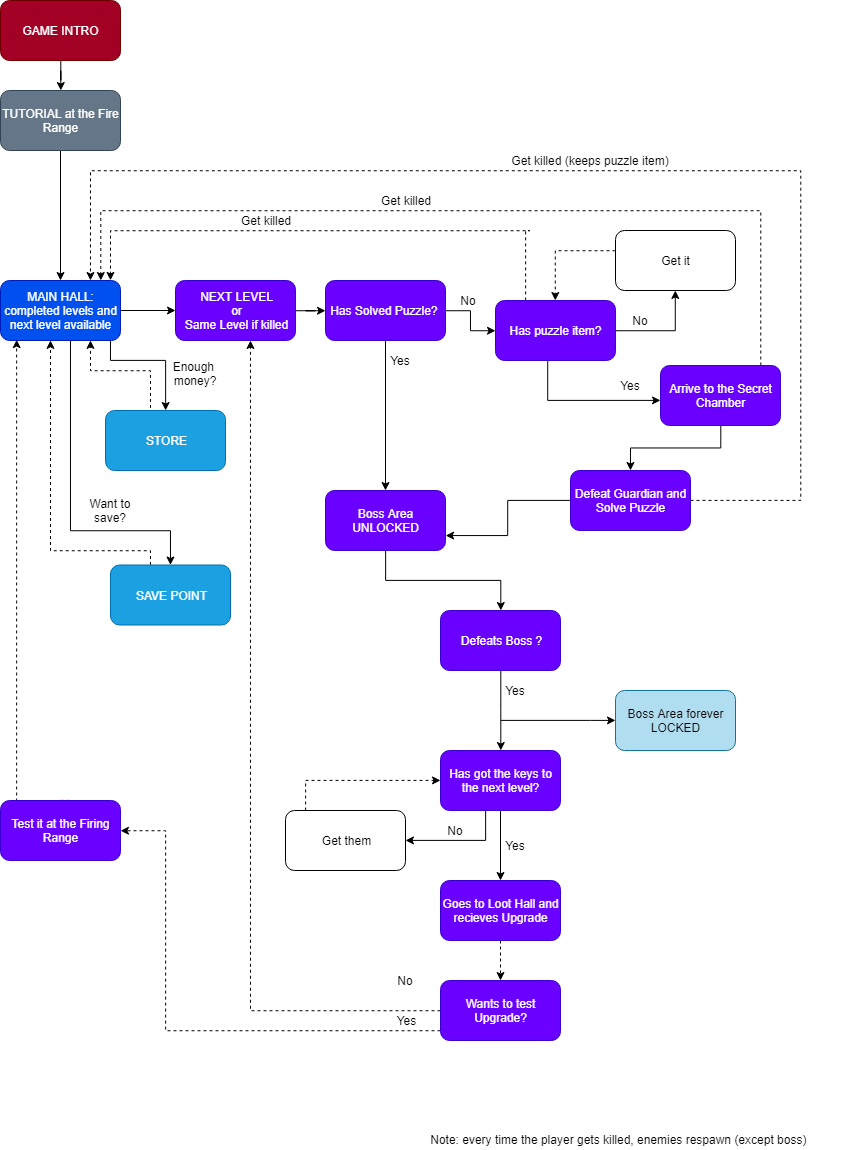
Above: docs/wiki/GameDesingDocument/levels/Core_Loop.png in pink-king/Final-Fantasy-Dawn-of-Ivalice (draw.io), before the change. Source tidied: cells renumbered, new cells last; positions are measured from the earlier drawing's top-left corner, leaving out a move shared by most shapes.
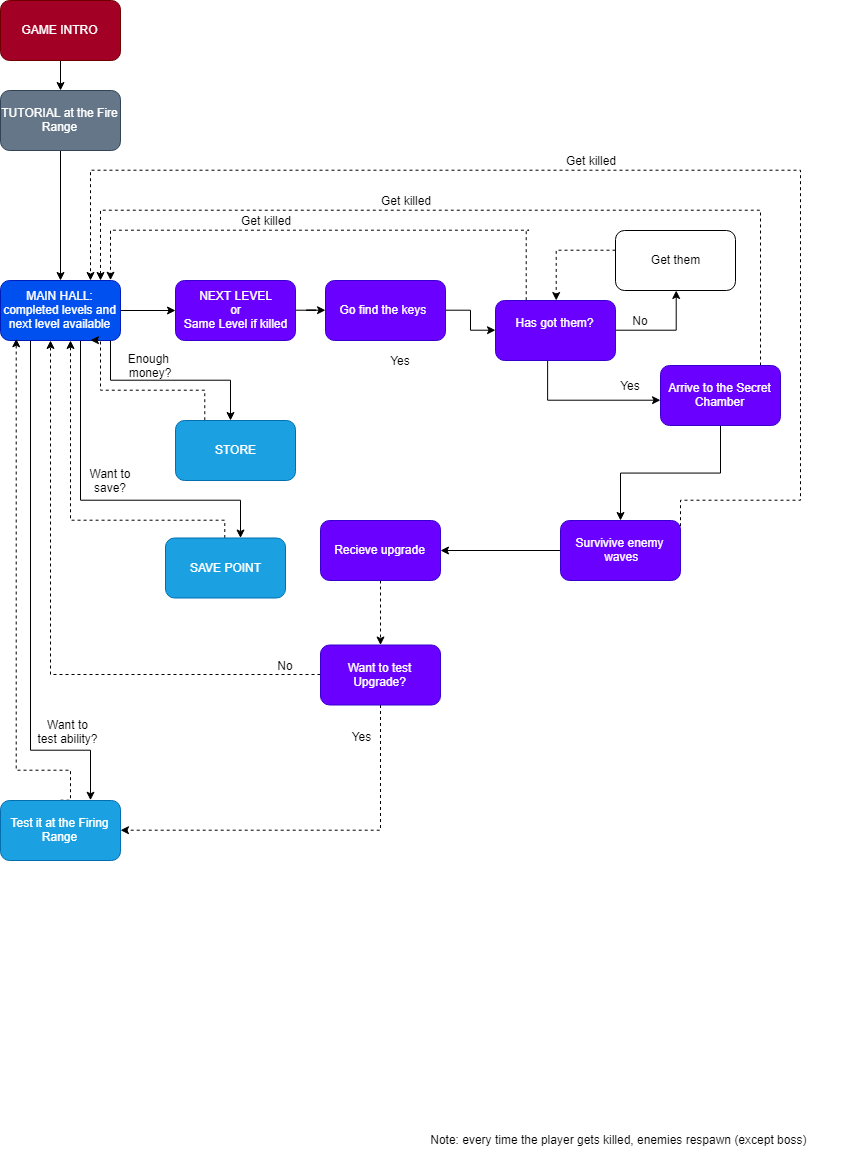
The same diagram one commit later.

Commit message:
Downgraded core loop

Diff of the diagram source:
```diff
@@ -21,44 +21,52 @@
       <mxGeometry relative="1" as="geometry">
         <mxPoint x="110" y="340" as="sourcePoint" />
         <Array as="points">
-          <mxPoint x="110" y="360" />
-          <mxPoint x="165" y="360" />
+          <mxPoint x="110" y="380" />
+          <mxPoint x="230" y="380" />
         </Array>
       </mxGeometry>
     </mxCell>
     <mxCell id="8" style="edgeStyle=orthogonalEdgeStyle;rounded=0;jettySize=auto;html=1;" parent="1" edge="1" source="9" target="11">
       <mxGeometry relative="1" as="geometry">
         <Array as="points">
-          <mxPoint x="70" y="530" />
-          <mxPoint x="170" y="530" />
+          <mxPoint x="80" y="500" />
+          <mxPoint x="240" y="500" />
         </Array>
       </mxGeometry>
     </mxCell>
+    <mxCell id="64" style="edgeStyle=orthogonalEdgeStyle;rounded=0;jettySize=auto;html=1;entryX=0.75;entryY=0;entryDx=0;entryDy=0;" parent="1" edge="1" source="9" target="34">
+      <mxGeometry relative="1" as="geometry">
+        <Array as="points">
+          <mxPoint x="30" y="750" />
+          <mxPoint x="90" y="750" />
+        </Array>
+      </mxGeometry>
+    </mxCell>
     <mxCell id="9" value="MAIN HALL: completed levels and next level available" style="rounded=1;whiteSpace=wrap;html=1;fillColor=#0050ef;strokeColor=#001DBC;fontColor=#ffffff;" parent="1" vertex="1">
       <mxGeometry y="280" width="120" height="60" as="geometry" />
     </mxCell>
-    <mxCell id="10" style="edgeStyle=orthogonalEdgeStyle;rounded=0;jettySize=auto;html=1;entryX=0.417;entryY=1;entryDx=0;entryDy=0;entryPerimeter=0;dashed=1;" parent="1" edge="1" source="11" target="9">
+    <mxCell id="10" style="edgeStyle=orthogonalEdgeStyle;rounded=0;jettySize=auto;html=1;dashed=1;" parent="1" edge="1" source="11" target="9">
       <mxGeometry relative="1" as="geometry">
         <Array as="points">
-          <mxPoint x="150" y="550" />
-          <mxPoint x="50" y="550" />
+          <mxPoint x="225" y="520" />
+          <mxPoint x="70" y="520" />
         </Array>
       </mxGeometry>
     </mxCell>
     <mxCell id="11" value="SAVE POINT" style="rounded=1;whiteSpace=wrap;html=1;fillColor=#1ba1e2;strokeColor=#006EAF;fontColor=#ffffff;" parent="1" vertex="1">
-      <mxGeometry x="110" y="564.5" width="120" height="60" as="geometry" />
+      <mxGeometry x="165" y="537.5" width="120" height="60" as="geometry" />
     </mxCell>
     <mxCell id="12" style="edgeStyle=orthogonalEdgeStyle;rounded=0;jettySize=auto;html=1;exitX=0.25;exitY=0;exitDx=0;exitDy=0;dashed=1;strokeColor=#000000;entryX=0.75;entryY=1;entryDx=0;entryDy=0;" parent="1" edge="1" source="13" target="9">
       <mxGeometry relative="1" as="geometry">
         <Array as="points">
-          <mxPoint x="150" y="410" />
-          <mxPoint x="150" y="370" />
-          <mxPoint x="90" y="370" />
+          <mxPoint x="205" y="390" />
+          <mxPoint x="100" y="390" />
+          <mxPoint x="100" y="340" />
         </Array>
       </mxGeometry>
     </mxCell>
     <mxCell id="13" value="STORE" style="rounded=1;whiteSpace=wrap;html=1;fillColor=#1ba1e2;strokeColor=#006EAF;fontColor=#ffffff;" parent="1" vertex="1">
-      <mxGeometry x="105" y="410" width="120" height="60" as="geometry" />
+      <mxGeometry x="175" y="420" width="120" height="60" as="geometry" />
     </mxCell>
     <mxCell id="14" style="edgeStyle=orthogonalEdgeStyle;rounded=0;jettySize=auto;html=1;strokeColor=#000000;" parent="1" edge="1" source="15" target="18">
       <mxGeometry relative="1" as="geometry" />
@@ -69,84 +77,62 @@
     <mxCell id="16" style="edgeStyle=orthogonalEdgeStyle;rounded=0;jettySize=auto;html=1;strokeColor=#000000;" parent="1" edge="1" source="18" target="38">
       <mxGeometry relative="1" as="geometry" />
     </mxCell>
-    <mxCell id="17" style="edgeStyle=orthogonalEdgeStyle;rounded=0;jettySize=auto;html=1;strokeColor=#000000;" parent="1" edge="1" source="18" target="20">
-      <mxGeometry relative="1" as="geometry" />
-    </mxCell>
-    <mxCell id="18" value="Has Solved Puzzle?&amp;nbsp;&lt;br&gt;" style="rounded=1;whiteSpace=wrap;html=1;fillColor=#6a00ff;strokeColor=#3700CC;fontColor=#ffffff;" parent="1" vertex="1">
+    <mxCell id="18" value="Go find the keys&amp;nbsp;&lt;br&gt;" style="rounded=1;whiteSpace=wrap;html=1;fillColor=#6a00ff;strokeColor=#3700CC;fontColor=#ffffff;" parent="1" vertex="1">
       <mxGeometry x="325" y="280" width="120" height="60" as="geometry" />
     </mxCell>
-    <mxCell id="19" style="edgeStyle=orthogonalEdgeStyle;rounded=0;jettySize=auto;html=1;strokeColor=#000000;" parent="1" edge="1" source="20" target="22">
-      <mxGeometry relative="1" as="geometry" />
-    </mxCell>
-    <mxCell id="20" value="Boss Area UNLOCKED&lt;br&gt;" style="rounded=1;whiteSpace=wrap;html=1;fillColor=#6a00ff;strokeColor=#3700CC;fontColor=#ffffff;" parent="1" vertex="1">
-      <mxGeometry x="325" y="490" width="120" height="60" as="geometry" />
-    </mxCell>
-    <mxCell id="21" style="edgeStyle=orthogonalEdgeStyle;rounded=0;jettySize=auto;html=1;strokeColor=#000000;" parent="1" edge="1" source="22" target="25">
+    <mxCell id="21" style="edgeStyle=orthogonalEdgeStyle;rounded=0;jettySize=auto;html=1;strokeColor=#000000;" parent="1" edge="1" target="x">
       <mxGeometry relative="1" as="geometry">
+        <mxPoint x="500" y="670" as="sourcePoint" />
         <Array as="points">
           <mxPoint x="500" y="710" />
           <mxPoint x="500" y="710" />
         </Array>
       </mxGeometry>
     </mxCell>
-    <mxCell id="22" value="Defeats Boss ?&lt;br&gt;" style="rounded=1;whiteSpace=wrap;html=1;fillColor=#6a00ff;strokeColor=#3700CC;fontColor=#ffffff;" parent="1" vertex="1">
-      <mxGeometry x="440" y="610" width="120" height="60" as="geometry" />
-    </mxCell>
-    <mxCell id="23" style="edgeStyle=orthogonalEdgeStyle;rounded=0;jettySize=auto;html=1;" parent="1" edge="1" source="25" target="29">
+    <mxCell id="23" style="edgeStyle=orthogonalEdgeStyle;rounded=0;jettySize=auto;html=1;" parent="1" edge="1" source="46" target="29">
       <mxGeometry relative="1" as="geometry" />
     </mxCell>
-    <mxCell id="24" style="edgeStyle=orthogonalEdgeStyle;rounded=0;jettySize=auto;html=1;" parent="1" edge="1" source="25" target="27">
+    <mxCell id="24" style="edgeStyle=orthogonalEdgeStyle;rounded=0;jettySize=auto;html=1;" parent="1" edge="1" target="x">
       <mxGeometry relative="1" as="geometry">
+        <mxPoint x="485" y="810" as="sourcePoint" />
         <Array as="points">
           <mxPoint x="485" y="840" />
         </Array>
       </mxGeometry>
     </mxCell>
-    <mxCell id="25" value="Has got the keys to the next level?&lt;br&gt;" style="rounded=1;whiteSpace=wrap;html=1;fillColor=#6a00ff;strokeColor=#3700CC;fontColor=#ffffff;" parent="1" vertex="1">
-      <mxGeometry x="440" y="750" width="120" height="60" as="geometry" />
-    </mxCell>
-    <mxCell id="26" style="edgeStyle=orthogonalEdgeStyle;rounded=0;jettySize=auto;html=1;dashed=1;" parent="1" edge="1" source="27" target="25">
-      <mxGeometry relative="1" as="geometry">
-        <Array as="points">
-          <mxPoint x="305" y="780" />
-        </Array>
-      </mxGeometry>
-    </mxCell>
-    <mxCell id="27" value="Get them&lt;br&gt;" style="rounded=1;whiteSpace=wrap;html=1;" parent="1" vertex="1">
-      <mxGeometry x="285" y="810" width="120" height="60" as="geometry" />
-    </mxCell>
     <mxCell id="28" style="edgeStyle=orthogonalEdgeStyle;rounded=0;jettySize=auto;html=1;dashed=1;" parent="1" edge="1" source="29" target="32">
       <mxGeometry relative="1" as="geometry" />
     </mxCell>
-    <mxCell id="29" value="Goes to Loot Hall and recieves Upgrade" style="rounded=1;whiteSpace=wrap;html=1;fillColor=#6a00ff;strokeColor=#3700CC;fontColor=#ffffff;" parent="1" vertex="1">
-      <mxGeometry x="440" y="880" width="120" height="60" as="geometry" />
+    <mxCell id="29" value="Recieve upgrade&lt;br&gt;" style="rounded=1;whiteSpace=wrap;html=1;fillColor=#6a00ff;strokeColor=#3700CC;fontColor=#ffffff;" parent="1" vertex="1">
+      <mxGeometry x="320" y="520" width="120" height="60" as="geometry" />
     </mxCell>
     <mxCell id="30" style="edgeStyle=orthogonalEdgeStyle;rounded=0;jettySize=auto;html=1;dashed=1;" parent="1" edge="1" source="32" target="34">
       <mxGeometry relative="1" as="geometry">
         <Array as="points">
-          <mxPoint x="165" y="1030" />
+          <mxPoint x="380" y="830" />
         </Array>
       </mxGeometry>
     </mxCell>
-    <mxCell id="31" style="edgeStyle=orthogonalEdgeStyle;rounded=0;jettySize=auto;html=1;dashed=1;" parent="1" edge="1" source="32" target="15">
+    <mxCell id="31" style="edgeStyle=orthogonalEdgeStyle;rounded=0;jettySize=auto;html=1;dashed=1;" parent="1" edge="1" source="32" target="9">
       <mxGeometry relative="1" as="geometry">
         <Array as="points">
-          <mxPoint x="250" y="1010" />
+          <mxPoint x="50" y="674" />
         </Array>
       </mxGeometry>
     </mxCell>
-    <mxCell id="32" value="Wants to test Upgrade?" style="rounded=1;whiteSpace=wrap;html=1;fillColor=#6a00ff;strokeColor=#3700CC;fontColor=#ffffff;" parent="1" vertex="1">
-      <mxGeometry x="440" y="980" width="120" height="60" as="geometry" />
+    <mxCell id="32" value="Want to test Upgrade?" style="rounded=1;whiteSpace=wrap;html=1;fillColor=#6a00ff;strokeColor=#3700CC;fontColor=#ffffff;" parent="1" vertex="1">
+      <mxGeometry x="320" y="644.5" width="120" height="60" as="geometry" />
     </mxCell>
     <mxCell id="33" style="edgeStyle=orthogonalEdgeStyle;rounded=0;jettySize=auto;html=1;entryX=0.135;entryY=0.983;entryDx=0;entryDy=0;entryPerimeter=0;dashed=1;exitX=0.5;exitY=0;exitDx=0;exitDy=0;" parent="1" edge="1" source="34" target="9">
       <mxGeometry relative="1" as="geometry">
         <Array as="points">
-          <mxPoint x="70" y="805" />
-          <mxPoint x="16" y="805" />
+          <mxPoint x="70" y="800" />
+          <mxPoint x="70" y="770" />
+          <mxPoint x="16" y="770" />
         </Array>
       </mxGeometry>
     </mxCell>
-    <mxCell id="34" value="Test it at the Firing Range" style="rounded=1;whiteSpace=wrap;html=1;fillColor=#6a00ff;strokeColor=#3700CC;fontColor=#ffffff;" parent="1" vertex="1">
+    <mxCell id="34" value="Test it at the Firing Range" style="rounded=1;whiteSpace=wrap;html=1;fillColor=#1ba1e2;strokeColor=#006EAF;fontColor=#ffffff;" parent="1" vertex="1">
       <mxGeometry y="800" width="120" height="60" as="geometry" />
     </mxCell>
     <mxCell id="35" style="edgeStyle=orthogonalEdgeStyle;rounded=0;jettySize=auto;html=1;exitX=0.25;exitY=0;exitDx=0;exitDy=0;dashed=1;strokeColor=#000000;" parent="1" edge="1" source="38">
@@ -172,7 +158,7 @@
         </Array>
       </mxGeometry>
     </mxCell>
-    <mxCell id="38" value="Has puzzle item?" style="rounded=1;whiteSpace=wrap;html=1;fillColor=#6a00ff;strokeColor=#3700CC;fontColor=#ffffff;" parent="1" vertex="1">
+    <mxCell id="38" value="Has got them?&lt;br&gt;&lt;br&gt;" style="rounded=1;whiteSpace=wrap;html=1;fillColor=#6a00ff;strokeColor=#3700CC;fontColor=#ffffff;" parent="1" vertex="1">
       <mxGeometry x="495" y="300" width="120" height="60" as="geometry" />
     </mxCell>
     <mxCell id="39" style="edgeStyle=orthogonalEdgeStyle;rounded=0;jettySize=auto;html=1;dashed=1;" parent="1" edge="1" source="40" target="38">
@@ -182,7 +168,7 @@
         </Array>
       </mxGeometry>
     </mxCell>
-    <mxCell id="40" value="Get it&lt;br&gt;" style="rounded=1;whiteSpace=wrap;html=1;fillColor=none;" parent="1" vertex="1">
+    <mxCell id="40" value="Get them&lt;br&gt;" style="rounded=1;whiteSpace=wrap;html=1;fillColor=none;" parent="1" vertex="1">
       <mxGeometry x="615" y="230" width="120" height="60" as="geometry" />
     </mxCell>
     <mxCell id="41" style="edgeStyle=orthogonalEdgeStyle;rounded=0;jettySize=auto;html=1;strokeColor=#000000;dashed=1;" parent="1" edge="1" source="43" target="9">
@@ -208,50 +194,35 @@
         </Array>
       </mxGeometry>
     </mxCell>
-    <mxCell id="45" style="edgeStyle=orthogonalEdgeStyle;rounded=0;jettySize=auto;html=1;entryX=1;entryY=0.75;entryDx=0;entryDy=0;" parent="1" edge="1" source="46" target="20">
-      <mxGeometry relative="1" as="geometry" />
-    </mxCell>
-    <mxCell id="46" value="Defeat Guardian and Solve Puzzle&lt;br&gt;" style="rounded=1;whiteSpace=wrap;html=1;fillColor=#6a00ff;strokeColor=#3700CC;fontColor=#ffffff;" parent="1" vertex="1">
-      <mxGeometry x="570" y="470" width="120" height="60" as="geometry" />
+    <mxCell id="46" value="Survivive enemy&lt;br&gt;&amp;nbsp;waves&lt;br&gt;" style="rounded=1;whiteSpace=wrap;html=1;fillColor=#6a00ff;strokeColor=#3700CC;fontColor=#ffffff;" parent="1" vertex="1">
+      <mxGeometry x="560" y="520" width="120" height="60" as="geometry" />
     </mxCell>
     <mxCell id="47" value="Get killed" style="text;html=1;strokeColor=none;fillColor=none;align=center;verticalAlign=middle;whiteSpace=wrap;rounded=0;" parent="1" vertex="1">
       <mxGeometry x="230" y="210" width="70" height="20" as="geometry" />
     </mxCell>
     <mxCell id="48" value="Enough&amp;nbsp; &amp;nbsp;money?&amp;nbsp;" style="text;html=1;strokeColor=none;fillColor=none;align=center;verticalAlign=middle;whiteSpace=wrap;rounded=0;" parent="1" vertex="1">
-      <mxGeometry x="180" y="335" width="30" height="75" as="geometry" />
+      <mxGeometry x="135" y="327.5" width="30" height="75" as="geometry" />
     </mxCell>
     <mxCell id="49" value="Get killed" style="text;html=1;strokeColor=none;fillColor=none;align=center;verticalAlign=middle;whiteSpace=wrap;rounded=0;" parent="1" vertex="1">
       <mxGeometry x="370" y="190" width="70" height="20" as="geometry" />
     </mxCell>
-    <mxCell id="50" value="Get killed (keeps puzzle item)" style="text;html=1;strokeColor=none;fillColor=none;align=center;verticalAlign=middle;whiteSpace=wrap;rounded=0;" parent="1" vertex="1">
+    <mxCell id="50" value="Get killed" style="text;html=1;strokeColor=none;fillColor=none;align=center;verticalAlign=middle;whiteSpace=wrap;rounded=0;" parent="1" vertex="1">
       <mxGeometry x="500" y="150" width="180" height="20" as="geometry" />
     </mxCell>
-    <mxCell id="51" value="No&lt;br&gt;" style="text;html=1;strokeColor=none;fillColor=none;align=center;verticalAlign=middle;whiteSpace=wrap;rounded=0;" parent="1" vertex="1">
-      <mxGeometry x="447.5" y="290" width="40" height="20" as="geometry" />
-    </mxCell>
     <mxCell id="52" value="Yes&lt;br&gt;" style="text;html=1;strokeColor=none;fillColor=none;align=center;verticalAlign=middle;whiteSpace=wrap;rounded=0;" parent="1" vertex="1">
       <mxGeometry x="380" y="350" width="40" height="20" as="geometry" />
     </mxCell>
-    <mxCell id="53" value="Yes&lt;br&gt;" style="text;html=1;strokeColor=none;fillColor=none;align=center;verticalAlign=middle;whiteSpace=wrap;rounded=0;" parent="1" vertex="1">
-      <mxGeometry x="495" y="680" width="40" height="20" as="geometry" />
-    </mxCell>
     <mxCell id="54" value="Note: every time the player gets killed, enemies respawn (except boss)&amp;nbsp;" style="text;html=1;strokeColor=none;fillColor=none;align=center;verticalAlign=middle;whiteSpace=wrap;rounded=0;" parent="1" vertex="1">
       <mxGeometry x="385" y="1129" width="470" height="20" as="geometry" />
     </mxCell>
-    <mxCell id="55" value="Yes&lt;br&gt;" style="text;html=1;strokeColor=none;fillColor=none;align=center;verticalAlign=middle;whiteSpace=wrap;rounded=0;" parent="1" vertex="1">
-      <mxGeometry x="495" y="835" width="40" height="20" as="geometry" />
-    </mxCell>
-    <mxCell id="56" value="No" style="text;html=1;strokeColor=none;fillColor=none;align=center;verticalAlign=middle;whiteSpace=wrap;rounded=0;" parent="1" vertex="1">
-      <mxGeometry x="435" y="820" width="40" height="20" as="geometry" />
-    </mxCell>
     <mxCell id="57" value="No" style="text;html=1;strokeColor=none;fillColor=none;align=center;verticalAlign=middle;whiteSpace=wrap;rounded=0;" parent="1" vertex="1">
-      <mxGeometry x="385" y="970" width="40" height="20" as="geometry" />
+      <mxGeometry x="265" y="654.5" width="40" height="20" as="geometry" />
     </mxCell>
     <mxCell id="58" value="Yes" style="text;html=1;strokeColor=none;fillColor=none;align=center;verticalAlign=middle;whiteSpace=wrap;rounded=0;direction=south;" parent="1" vertex="1">
-      <mxGeometry x="395" y="1000" width="20" height="40" as="geometry" />
+      <mxGeometry x="350" y="715.5" width="20" height="40" as="geometry" />
     </mxCell>
     <mxCell id="59" value="Want to save?" style="text;html=1;strokeColor=none;fillColor=none;align=center;verticalAlign=middle;whiteSpace=wrap;rounded=0;" parent="1" vertex="1">
-      <mxGeometry x="85" y="500" width="50" height="20" as="geometry" />
+      <mxGeometry x="85" y="470" width="50" height="20" as="geometry" />
     </mxCell>
     <mxCell id="60" value="Yes" style="text;html=1;strokeColor=none;fillColor=none;align=center;verticalAlign=middle;whiteSpace=wrap;rounded=0;" parent="1" vertex="1">
       <mxGeometry x="610" y="375" width="40" height="20" as="geometry" />
@@ -259,17 +230,8 @@
     <mxCell id="61" value="No" style="text;html=1;strokeColor=none;fillColor=none;align=center;verticalAlign=middle;whiteSpace=wrap;rounded=0;" parent="1" vertex="1">
       <mxGeometry x="620" y="310" width="40" height="20" as="geometry" />
     </mxCell>
-    <mxCell id="62" style="edgeStyle=orthogonalEdgeStyle;rounded=0;jettySize=auto;html=1;" parent="1" edge="1" target="63">
-      <mxGeometry relative="1" as="geometry">
-        <mxPoint x="500" y="720" as="sourcePoint" />
-        <Array as="points">
-          <mxPoint x="590" y="720" />
-          <mxPoint x="590" y="720" />
-        </Array>
-      </mxGeometry>
-    </mxCell>
-    <mxCell id="63" value="Boss Area forever LOCKED&lt;br&gt;" style="rounded=1;whiteSpace=wrap;html=1;fillColor=#b1ddf0;strokeColor=#10739e;" parent="1" vertex="1">
-      <mxGeometry x="615" y="690" width="120" height="60" as="geometry" />
-    </mxCell>
+    <mxCell id="65" value="Want to test ability?" style="text;html=1;strokeColor=none;fillColor=none;align=center;verticalAlign=middle;whiteSpace=wrap;rounded=0;" parent="1" vertex="1">
+      <mxGeometry x="35" y="721" width="65" height="20" as="geometry" />
+    </mxCell>
   </root>
 </mxGraphModel>
```
